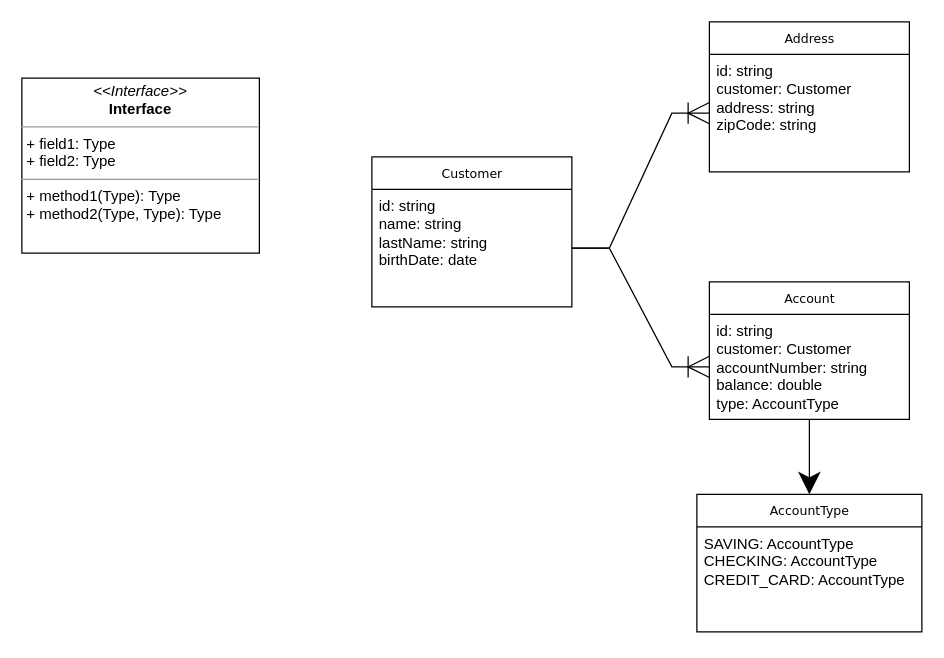
Above: architecture/john-doe-bank/03.data.drawio in codegik/pocs (draw.io), before the change. Source tidied: cells renumbered, new cells numbered last; positions are measured from the earlier drawing's top-left corner, leaving out a move shared by most shapes. Both pictures are drawn from the tidied source at 125%, with x=0, y=0 at pixel (21, 21).
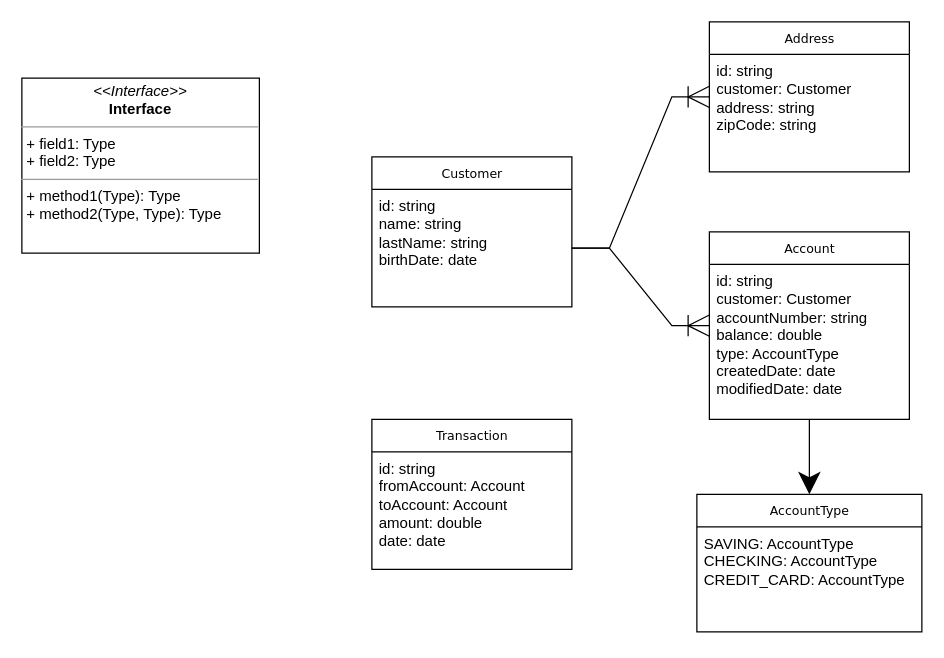
The same page after the edit.

Change to the diagram source:
```diff
@@
 <mxGraphModel>
   <root>
     <mxCell id="0" />
     <mxCell id="1" parent="0" />
     <mxCell id="2" value="Customer" style="swimlane;html=1;fontStyle=0;horizontal=1;startSize=26;fillColor=none;swimlaneFillColor=#ffffff;rounded=0;shadow=0;comic=0;labelBackgroundColor=none;strokeWidth=1;fontFamily=Verdana;fontSize=10;align=center;" parent="1" vertex="1">
       <mxGeometry x="280" y="108" width="160" height="120" as="geometry" />
     </mxCell>
     <mxCell id="3" value="&lt;div&gt;id: string&lt;/div&gt;&lt;div&gt;name: string&lt;/div&gt;&lt;div&gt;lastName: string&lt;/div&gt;&lt;div&gt;birthDate: date&lt;br&gt;&lt;/div&gt;" style="text;html=1;strokeColor=none;fillColor=none;align=left;verticalAlign=top;spacingLeft=4;spacingRight=4;whiteSpace=wrap;overflow=hidden;points=[[0,0.5],[1,0.5]];portConstraint=eastwest;" parent="2" vertex="1">
       <mxGeometry y="26" width="160" height="94" as="geometry" />
     </mxCell>
     <mxCell id="4" value="&lt;p style=&quot;margin:0px;margin-top:4px;text-align:center;&quot;&gt;&lt;i&gt;&amp;lt;&amp;lt;Interface&amp;gt;&amp;gt;&lt;/i&gt;&lt;br/&gt;&lt;b&gt;Interface&lt;/b&gt;&lt;/p&gt;&lt;hr size=&quot;1&quot;/&gt;&lt;p style=&quot;margin:0px;margin-left:4px;&quot;&gt;+ field1: Type&lt;br/&gt;+ field2: Type&lt;/p&gt;&lt;hr size=&quot;1&quot;/&gt;&lt;p style=&quot;margin:0px;margin-left:4px;&quot;&gt;+ method1(Type): Type&lt;br/&gt;+ method2(Type, Type): Type&lt;/p&gt;" style="verticalAlign=top;align=left;overflow=fill;fontSize=12;fontFamily=Helvetica;html=1;rounded=0;shadow=0;comic=0;labelBackgroundColor=none;strokeWidth=1;" parent="1" vertex="1">
       <mxGeometry y="45" width="190" height="140" as="geometry" />
     </mxCell>
     <mxCell id="5" value="Address" style="swimlane;html=1;fontStyle=0;horizontal=1;startSize=26;fillColor=none;swimlaneFillColor=#ffffff;rounded=0;shadow=0;comic=0;labelBackgroundColor=none;strokeWidth=1;fontFamily=Verdana;fontSize=10;align=center;" parent="1" vertex="1">
       <mxGeometry x="550" width="160" height="120" as="geometry" />
     </mxCell>
     <mxCell id="6" value="&lt;div&gt;id: string&lt;/div&gt;&lt;div&gt;customer: Customer&lt;/div&gt;&lt;div&gt;address: string&lt;/div&gt;&lt;div&gt;zipCode: string&lt;br&gt;&lt;/div&gt;" style="text;html=1;strokeColor=none;fillColor=none;align=left;verticalAlign=top;spacingLeft=4;spacingRight=4;whiteSpace=wrap;overflow=hidden;points=[[0,0.5],[1,0.5]];portConstraint=eastwest;" parent="5" vertex="1">
       <mxGeometry y="26" width="160" height="94" as="geometry" />
     </mxCell>
-    <mxCell id="7" style="edgeStyle=entityRelationEdgeStyle;fontSize=12;html=1;endArrow=ERoneToMany;rounded=0;endSize=15;" parent="1" edge="1" source="3" target="6">
+    <mxCell id="7" style="edgeStyle=entityRelationEdgeStyle;fontSize=12;html=1;endArrow=ERoneToMany;rounded=0;endSize=15;" parent="1" edge="1" source="3" target="5">
       <mxGeometry relative="1" as="geometry" />
     </mxCell>
     <mxCell id="8" style="edgeStyle=orthogonalEdgeStyle;rounded=0;jettySize=auto;html=1;endSize=15;" parent="1" edge="1" source="9" target="12">
       <mxGeometry relative="1" as="geometry" />
     </mxCell>
     <mxCell id="9" value="Account" style="swimlane;html=1;fontStyle=0;horizontal=1;startSize=26;fillColor=none;swimlaneFillColor=#ffffff;rounded=0;shadow=0;comic=0;labelBackgroundColor=none;strokeWidth=1;fontFamily=Verdana;fontSize=10;align=center;" parent="1" vertex="1">
-      <mxGeometry x="550" y="208" width="160" height="110" as="geometry" />
+      <mxGeometry x="550" y="168" width="160" height="150" as="geometry" />
     </mxCell>
-    <mxCell id="10" value="&lt;div&gt;id: string&lt;/div&gt;&lt;div&gt;customer: Customer&lt;/div&gt;&lt;div&gt;accountNumber: string&lt;/div&gt;&lt;div&gt;balance: double&lt;/div&gt;&lt;div&gt;type: AccountType&lt;br&gt;&lt;/div&gt;" style="text;html=1;strokeColor=none;fillColor=none;align=left;verticalAlign=top;spacingLeft=4;spacingRight=4;whiteSpace=wrap;overflow=hidden;points=[[0,0.5],[1,0.5]];portConstraint=eastwest;" parent="9" vertex="1">
-      <mxGeometry y="26" width="160" height="84" as="geometry" />
+    <mxCell id="10" value="&lt;div&gt;id: string&lt;/div&gt;&lt;div&gt;customer: Customer&lt;/div&gt;&lt;div&gt;accountNumber: string&lt;/div&gt;&lt;div&gt;balance: double&lt;/div&gt;&lt;div&gt;type: AccountType&lt;/div&gt;&lt;div&gt;createdDate: date&lt;/div&gt;&lt;div&gt;modifiedDate: date&lt;br&gt;&lt;/div&gt;" style="text;html=1;strokeColor=none;fillColor=none;align=left;verticalAlign=top;spacingLeft=4;spacingRight=4;whiteSpace=wrap;overflow=hidden;points=[[0,0.5],[1,0.5]];portConstraint=eastwest;" parent="9" vertex="1">
+      <mxGeometry y="26" width="160" height="124" as="geometry" />
     </mxCell>
-    <mxCell id="11" style="edgeStyle=entityRelationEdgeStyle;fontSize=12;html=1;endArrow=ERoneToMany;rounded=0;endSize=15;" parent="1" edge="1" source="3" target="10">
+    <mxCell id="11" style="edgeStyle=entityRelationEdgeStyle;fontSize=12;html=1;endArrow=ERoneToMany;rounded=0;endSize=15;" parent="1" edge="1" source="3" target="9">
       <mxGeometry relative="1" as="geometry" />
     </mxCell>
     <mxCell id="12" value="AccountType" style="swimlane;html=1;fontStyle=0;horizontal=1;startSize=26;fillColor=none;swimlaneFillColor=#ffffff;rounded=0;shadow=0;comic=0;labelBackgroundColor=none;strokeWidth=1;fontFamily=Verdana;fontSize=10;align=center;" parent="1" vertex="1">
       <mxGeometry x="540" y="378" width="180" height="110" as="geometry" />
     </mxCell>
     <mxCell id="13" value="&lt;div&gt;SAVING: AccountType&lt;br&gt;&lt;/div&gt;&lt;div&gt;CHECKING: AccountType&lt;/div&gt;&lt;div&gt;CREDIT_CARD: AccountType&lt;br&gt;&lt;/div&gt;" style="text;html=1;strokeColor=none;fillColor=none;align=left;verticalAlign=top;spacingLeft=4;spacingRight=4;whiteSpace=wrap;overflow=hidden;" parent="12" vertex="1">
       <mxGeometry y="26" width="180" height="84" as="geometry" />
     </mxCell>
+    <mxCell id="14" value="Transaction" style="swimlane;html=1;fontStyle=0;horizontal=1;startSize=26;fillColor=none;swimlaneFillColor=#ffffff;rounded=0;shadow=0;comic=0;labelBackgroundColor=none;strokeWidth=1;fontFamily=Verdana;fontSize=10;align=center;" parent="1" vertex="1">
+      <mxGeometry x="280" y="318" width="160" height="120" as="geometry" />
+    </mxCell>
+    <mxCell id="15" value="&lt;div&gt;id: string&lt;/div&gt;&lt;div&gt;fromAccount: Account&lt;/div&gt;&lt;div&gt;toAccount: Account&lt;/div&gt;&lt;div&gt;amount: double&lt;/div&gt;&lt;div&gt;date: date&lt;br&gt;&lt;/div&gt;" style="text;html=1;strokeColor=none;fillColor=none;align=left;verticalAlign=top;spacingLeft=4;spacingRight=4;whiteSpace=wrap;overflow=hidden;" parent="14" vertex="1">
+      <mxGeometry y="26" width="160" height="94" as="geometry" />
+    </mxCell>
   </root>
 </mxGraphModel>
```
